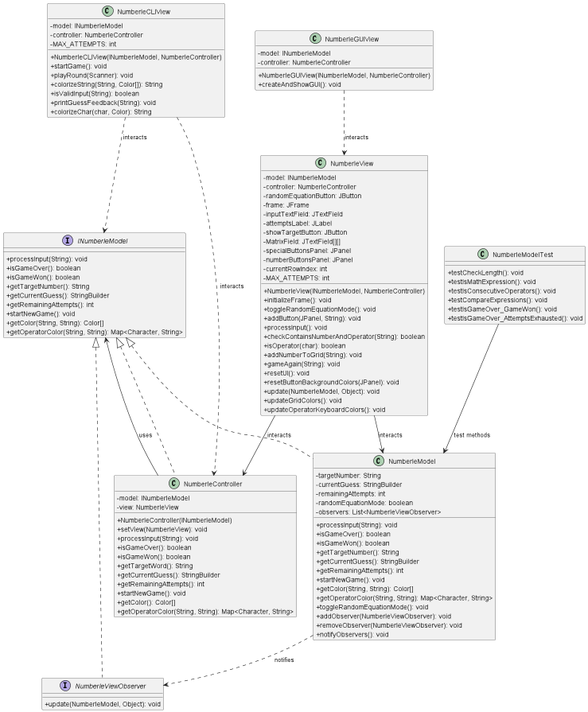
puchenyupeter/code-for-coursework keeps this PlantUML diagram as numberle.png. Above is the earlier version. Source of this version:
```plantuml
@startuml
skinparam classAttributeIconSize 0



interface INumberleModel {
    +processInput(String): void
    +isGameOver(): boolean
    +isGameWon(): boolean
    +getTargetNumber(): String
    +getCurrentGuess(): StringBuilder
    +getRemainingAttempts(): int
    +startNewGame(): void
    +getColor(String, String): Color[]
    +getOperatorColor(String, String): Map<Character, String>
}

interface NumberleViewObserver {
    +update(NumberleModel, Object): void
}

class NumberleModel {
    -targetNumber: String
    -currentGuess: StringBuilder
    -remainingAttempts: int
    -randomEquationMode: boolean
    -observers: List<NumberleViewObserver>
    +processInput(String): void
    +isGameOver(): boolean
    +isGameWon(): boolean
    +getTargetNumber(): String
    +getCurrentGuess(): StringBuilder
    +getRemainingAttempts(): int
    +startNewGame(): void
    +getColor(String, String): Color[]
    +getOperatorColor(String, String): Map<Character, String>
    +toggleRandomEquationMode(): void
    +addObserver(NumberleViewObserver): void
    +removeObserver(NumberleViewObserver): void
    +notifyObservers(): void
}

class NumberleController {
    -model: INumberleModel
    -view: NumberleView
    +NumberleController(INumberleModel)
    +setView(NumberleView): void
    +processInput(String): void
    +isGameOver(): boolean
    +isGameWon(): boolean
    +getTargetWord(): String
    +getCurrentGuess(): StringBuilder
    +getRemainingAttempts(): int
    +startNewGame(): void
    +getColor(): Color[]
    +getOperatorColor(String, String): Map<Character, String>
}

class NumberleView {
    -model: INumberleModel
    -controller: NumberleController
    -randomEquationButton: JButton
    -frame: JFrame
    -inputTextField: JTextField
    -attemptsLabel: JLabel
    -showTargetButton: JButton
    -MatrixField: JTextField[][]
    -specialButtonsPanel: JPanel
    -numberButtonsPanel: JPanel
    -currentRowIndex: int
    -MAX_ATTEMPTS: int
    +NumberleView(INumberleModel, NumberleController)
    +initializeFrame(): void
    +toggleRandomEquationMode(): void
    +addButton(JPanel, String): void
    +processInput(): void
    +checkContainsNumberAndOperator(String): boolean
    +isOperator(char): boolean
    +addNumberToGrid(String): void
    +gameAgain(String): void
    +resetUI(): void
    +resetButtonBackgroundColors(JPanel): void
    +update(NumberleModel, Object): void
    +updateGridColors(): void
    +updateOperatorKeyboardColors(): void
}

INumberleModel <|.. NumberleModel
INumberleModel <|.. NumberleController
INumberleModel <|.. NumberleViewObserver
NumberleModel ..> NumberleViewObserver: notifies
NumberleController --> INumberleModel: uses
NumberleView --> NumberleController: interacts
NumberleView --> NumberleModel: interacts

class NumberleModelTest {
    +testCheckLength(): void
    +testIsMathExpression(): void
    +testIsConsecutiveOperators(): void
    +testCompareExpressions(): void
    +testIsGameOver_GameWon(): void
    +testIsGameOver_AttemptsExhausted(): void
}

class NumberleCLIView {
    -model: INumberleModel
    -controller: NumberleController
    -MAX_ATTEMPTS: int
    +NumberleCLIView(INumberleModel, NumberleController)
    +startGame(): void
    +playRound(Scanner): void
    +colorizeString(String, Color[]): String
    +isValidInput(String): boolean
    +printGuessFeedback(String): void
    +colorizeChar(char, Color): String
}

class NumberleGUIView {
    -model: INumberleModel
    -controller: NumberleController
    +NumberleGUIView(INumberleModel, NumberleController)
    +createAndShowGUI(): void
}

NumberleCLIView ..> NumberleController: interacts
NumberleCLIView ..> INumberleModel: interacts
NumberleGUIView ..> NumberleView: interacts
NumberleModelTest --> NumberleModel: test methods

@enduml
```
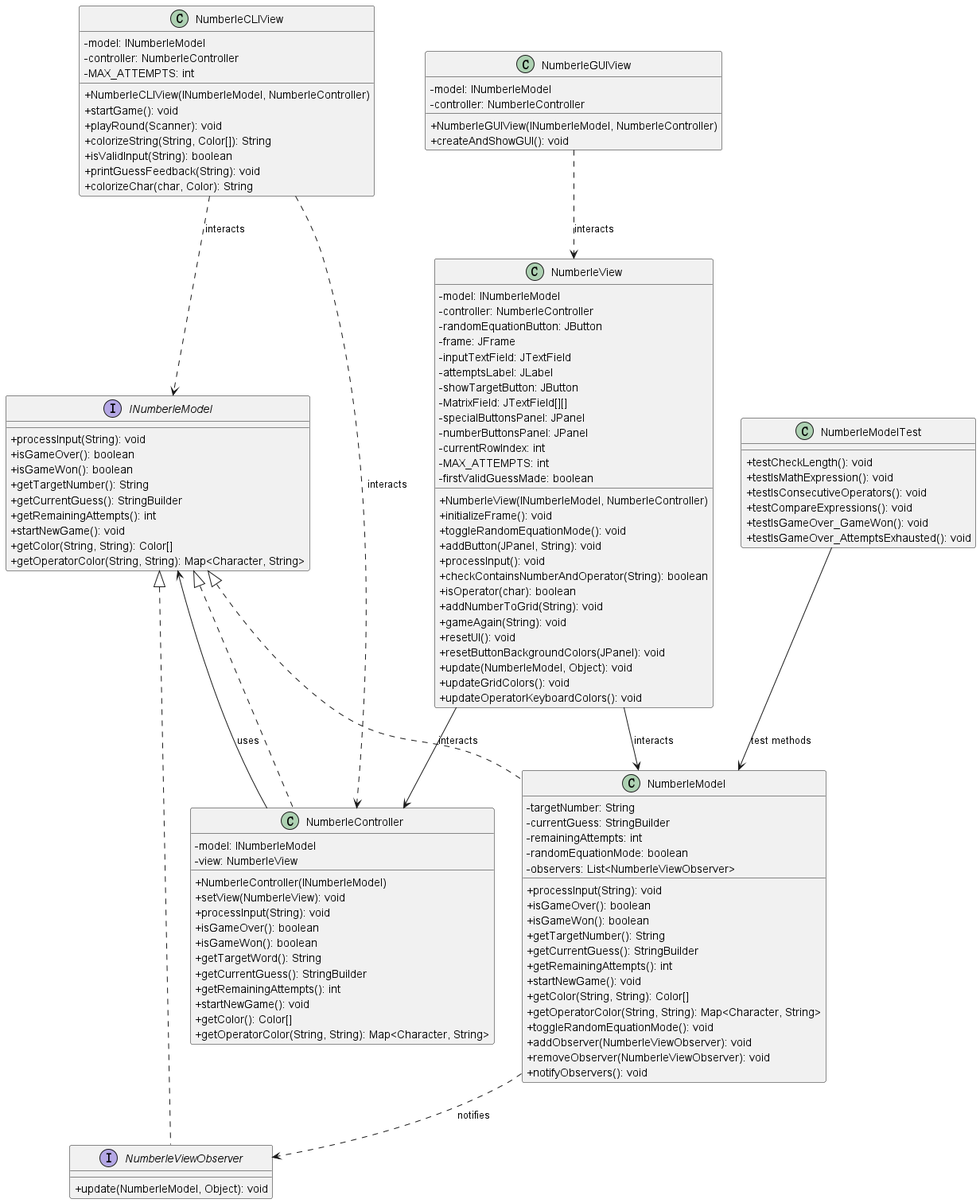
After the commit.

Change to the diagram source:
```diff
@@ -69,6 +69,7 @@
     -numberButtonsPanel: JPanel
     -currentRowIndex: int
     -MAX_ATTEMPTS: int
+    -firstValidGuessMade: boolean
     +NumberleView(INumberleModel, NumberleController)
     +initializeFrame(): void
     +toggleRandomEquationMode(): void
```
